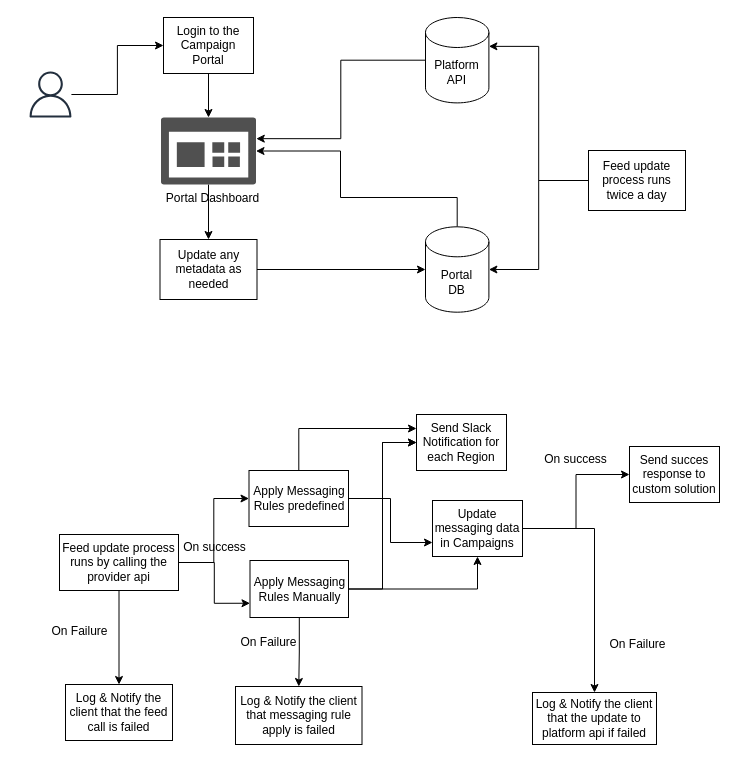
The draw.io diagram page "Logical_Architecture" (11 of 11) of ttd-sa-exercise.drawio in coolsharepoint/Test, before the edit. Source tidied: cells renumbered, new cells numbered last; positions are measured from the earlier drawing's top-left corner, leaving out a move shared by most shapes. Both pictures are drawn from the tidied source at 100%, with x=0, y=0 at pixel (27, 17).
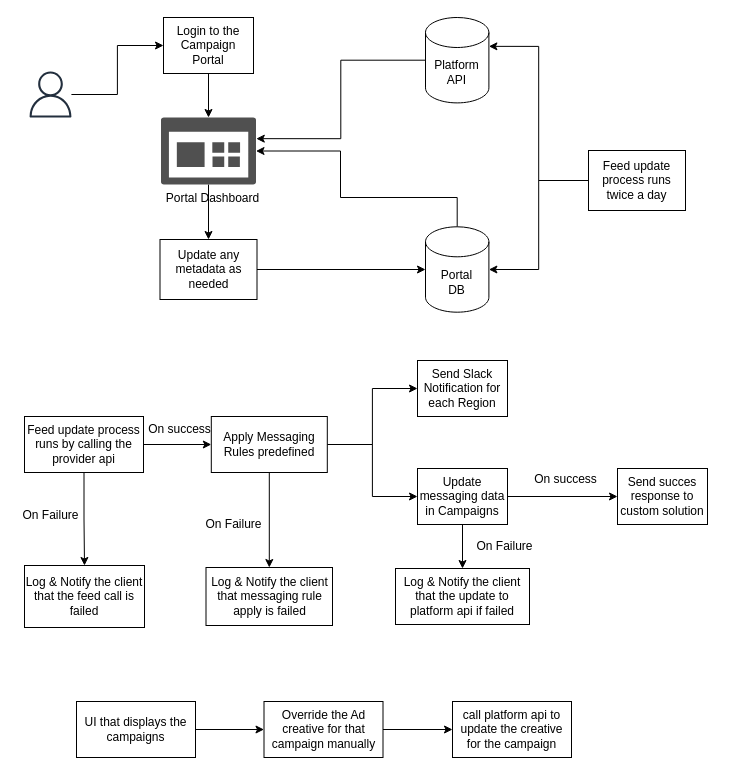
The same page after the edit.

The edit, as a diff of the source:
```diff
@@
-    <mxCell id="20" style="edgeStyle=orthogonalEdgeStyle;rounded=0;jettySize=auto;html=1;entryX=0;entryY=0.75;entryDx=0;entryDy=0;" parent="1" edge="1" source="21" target="41">
-      <mxGeometry relative="1" as="geometry" />
-    </mxCell>
     <mxCell id="21" value="Feed update process runs by calling the provider api" style="rounded=0;whiteSpace=wrap;html=1;fillColor=#FFFFFF;" parent="1" vertex="1">
-      <mxGeometry x="32" y="517" width="119" height="56" as="geometry" />
+      <mxGeometry x="-3" y="399" width="119" height="56" as="geometry" />
     </mxCell>
-    <mxCell id="22" style="edgeStyle=orthogonalEdgeStyle;rounded=0;jettySize=auto;html=1;entryX=0;entryY=0.5;entryDx=0;entryDy=0;" parent="1" edge="1" source="25" target="29">
-      <mxGeometry relative="1" as="geometry" />
-    </mxCell>
+    <mxCell id="43" style="edgeStyle=orthogonalEdgeStyle;rounded=0;jettySize=auto;html=1;" parent="1" edge="1" source="25" target="30">
+      <mxGeometry relative="1" as="geometry" />
+    </mxCell>
+    <mxCell id="44" style="edgeStyle=orthogonalEdgeStyle;rounded=0;jettySize=auto;html=1;" parent="1" edge="1" source="25" target="29">
+      <mxGeometry relative="1" as="geometry" />
+    </mxCell>
-    <mxCell id="23" style="edgeStyle=orthogonalEdgeStyle;rounded=0;jettySize=auto;html=1;entryX=0;entryY=0.75;entryDx=0;entryDy=0;" parent="1" edge="1" source="25" target="34">
+    <mxCell id="23" style="edgeStyle=orthogonalEdgeStyle;rounded=0;jettySize=auto;html=1;" parent="1" edge="1" source="25" target="34">
       <mxGeometry relative="1" as="geometry" />
     </mxCell>
-    <mxCell id="24" style="edgeStyle=orthogonalEdgeStyle;rounded=0;jettySize=auto;html=1;entryX=0;entryY=0.25;entryDx=0;entryDy=0;" parent="1" edge="1" source="25" target="29">
-      <mxGeometry relative="1" as="geometry">
-        <Array as="points">
-          <mxPoint x="271" y="411" />
-        </Array>
-      </mxGeometry>
-    </mxCell>
     <mxCell id="25" value="Apply Messaging Rules predefined" style="rounded=0;whiteSpace=wrap;html=1;fillColor=#FFFFFF;" parent="1" vertex="1">
-      <mxGeometry x="221.5" y="453" width="99.5" height="56" as="geometry" />
+      <mxGeometry x="183.8" y="399" width="116" height="56" as="geometry" />
     </mxCell>
     <mxCell id="26" value="On success" style="text;html=1;align=center;verticalAlign=middle;strokeColor=none;" parent="1" vertex="1">
-      <mxGeometry x="150.5" y="521" width="72" height="18" as="geometry" />
+      <mxGeometry x="115.5" y="403" width="72" height="18" as="geometry" />
     </mxCell>
     <mxCell id="27" value="Log &amp;amp; Notify the client that the feed call is failed" style="rounded=0;whiteSpace=wrap;html=1;fillColor=#FFFFFF;" parent="1" vertex="1">
-      <mxGeometry x="38" y="667" width="107" height="56" as="geometry" />
+      <mxGeometry x="-3" y="548" width="120" height="62" as="geometry" />
     </mxCell>
     <mxCell id="28" value="On Failure" style="text;html=1;align=center;verticalAlign=middle;strokeColor=none;" parent="1" vertex="1">
-      <mxGeometry x="19" y="605" width="66" height="18" as="geometry" />
+      <mxGeometry x="-10" y="489" width="66" height="18" as="geometry" />
     </mxCell>
     <mxCell id="29" value="Send Slack Notification for each Region" style="rounded=0;whiteSpace=wrap;html=1;fillColor=#FFFFFF;" parent="1" vertex="1">
-      <mxGeometry x="389" y="397" width="90" height="56" as="geometry" />
+      <mxGeometry x="390" y="343" width="90" height="56" as="geometry" />
     </mxCell>
     <mxCell id="30" value="Log &amp;amp; Notify the client that messaging rule apply is failed" style="rounded=0;whiteSpace=wrap;html=1;fillColor=#FFFFFF;" parent="1" vertex="1">
-      <mxGeometry x="208" y="669" width="126.5" height="58" as="geometry" />
+      <mxGeometry x="178.5" y="550" width="126.5" height="58" as="geometry" />
     </mxCell>
     <mxCell id="31" value="On Failure" style="text;html=1;align=center;verticalAlign=middle;strokeColor=none;" parent="1" vertex="1">
-      <mxGeometry x="208" y="616" width="66" height="18" as="geometry" />
+      <mxGeometry x="173" y="498" width="66" height="18" as="geometry" />
     </mxCell>
@@
     <mxCell id="34" value="Update messaging data in Campaigns" style="rounded=0;whiteSpace=wrap;html=1;fillColor=#FFFFFF;" parent="1" vertex="1">
-      <mxGeometry x="405" y="483" width="90" height="56" as="geometry" />
+      <mxGeometry x="390" y="451" width="90" height="56" as="geometry" />
     </mxCell>
     <mxCell id="35" value="On success" style="text;html=1;align=center;verticalAlign=middle;strokeColor=none;" parent="1" vertex="1">
-      <mxGeometry x="512" y="433" width="72" height="18" as="geometry" />
+      <mxGeometry x="502" y="453" width="72" height="18" as="geometry" />
     </mxCell>
     <mxCell id="36" value="Log &amp;amp; Notify the client that the update to platform api if failed" style="rounded=0;whiteSpace=wrap;html=1;fillColor=#FFFFFF;" parent="1" vertex="1">
-      <mxGeometry x="505" y="675" width="124" height="52" as="geometry" />
+      <mxGeometry x="368" y="551" width="134" height="56" as="geometry" />
     </mxCell>
     <mxCell id="37" value="On Failure" style="text;html=1;align=center;verticalAlign=middle;strokeColor=none;" parent="1" vertex="1">
-      <mxGeometry x="576.5" y="618" width="66" height="18" as="geometry" />
+      <mxGeometry x="444" y="520" width="66" height="18" as="geometry" />
     </mxCell>
-    <mxCell id="38" style="edgeStyle=orthogonalEdgeStyle;rounded=0;jettySize=auto;html=1;" parent="1" edge="1" source="41" target="30">
-      <mxGeometry relative="1" as="geometry" />
-    </mxCell>
-    <mxCell id="39" style="edgeStyle=orthogonalEdgeStyle;rounded=0;jettySize=auto;html=1;entryX=0;entryY=0.5;entryDx=0;entryDy=0;" parent="1" edge="1" source="41" target="29">
-      <mxGeometry relative="1" as="geometry" />
-    </mxCell>
-    <mxCell id="40" style="edgeStyle=orthogonalEdgeStyle;rounded=0;jettySize=auto;html=1;entryX=0.5;entryY=1;entryDx=0;entryDy=0;" parent="1" edge="1" source="41" target="34">
-      <mxGeometry relative="1" as="geometry" />
-    </mxCell>
-    <mxCell id="41" value="Apply Messaging Rules Manually" style="rounded=0;whiteSpace=wrap;html=1;fillColor=#FFFFFF;" parent="1" vertex="1">
-      <mxGeometry x="222.5" y="543" width="98.5" height="57" as="geometry" />
-    </mxCell>
     <mxCell id="42" value="Send succes response to custom solution" style="rounded=0;whiteSpace=wrap;html=1;fillColor=#FFFFFF;" parent="1" vertex="1">
-      <mxGeometry x="602" y="429" width="90" height="56" as="geometry" />
+      <mxGeometry x="590" y="451" width="90" height="56" as="geometry" />
     </mxCell>
+    <mxCell id="45" style="edgeStyle=orthogonalEdgeStyle;rounded=0;jettySize=auto;html=1;" parent="1" edge="1" source="46" target="48">
+      <mxGeometry relative="1" as="geometry" />
+    </mxCell>
+    <mxCell id="46" value="UI that displays the campaigns" style="rounded=0;whiteSpace=wrap;html=1;fillColor=#FFFFFF;" parent="1" vertex="1">
+      <mxGeometry x="49" y="684" width="119" height="56" as="geometry" />
+    </mxCell>
+    <mxCell id="47" style="edgeStyle=orthogonalEdgeStyle;rounded=0;jettySize=auto;html=1;" parent="1" edge="1" source="48" target="49">
+      <mxGeometry relative="1" as="geometry" />
+    </mxCell>
+    <mxCell id="48" value="Override the Ad creative for that campaign manually" style="rounded=0;whiteSpace=wrap;html=1;fillColor=#FFFFFF;" parent="1" vertex="1">
+      <mxGeometry x="236.5" y="684" width="119" height="56" as="geometry" />
+    </mxCell>
+    <mxCell id="49" value="call platform api to update the creative for the campaign" style="rounded=0;whiteSpace=wrap;html=1;fillColor=#FFFFFF;" parent="1" vertex="1">
+      <mxGeometry x="425" y="684" width="119" height="56" as="geometry" />
+    </mxCell>
```
